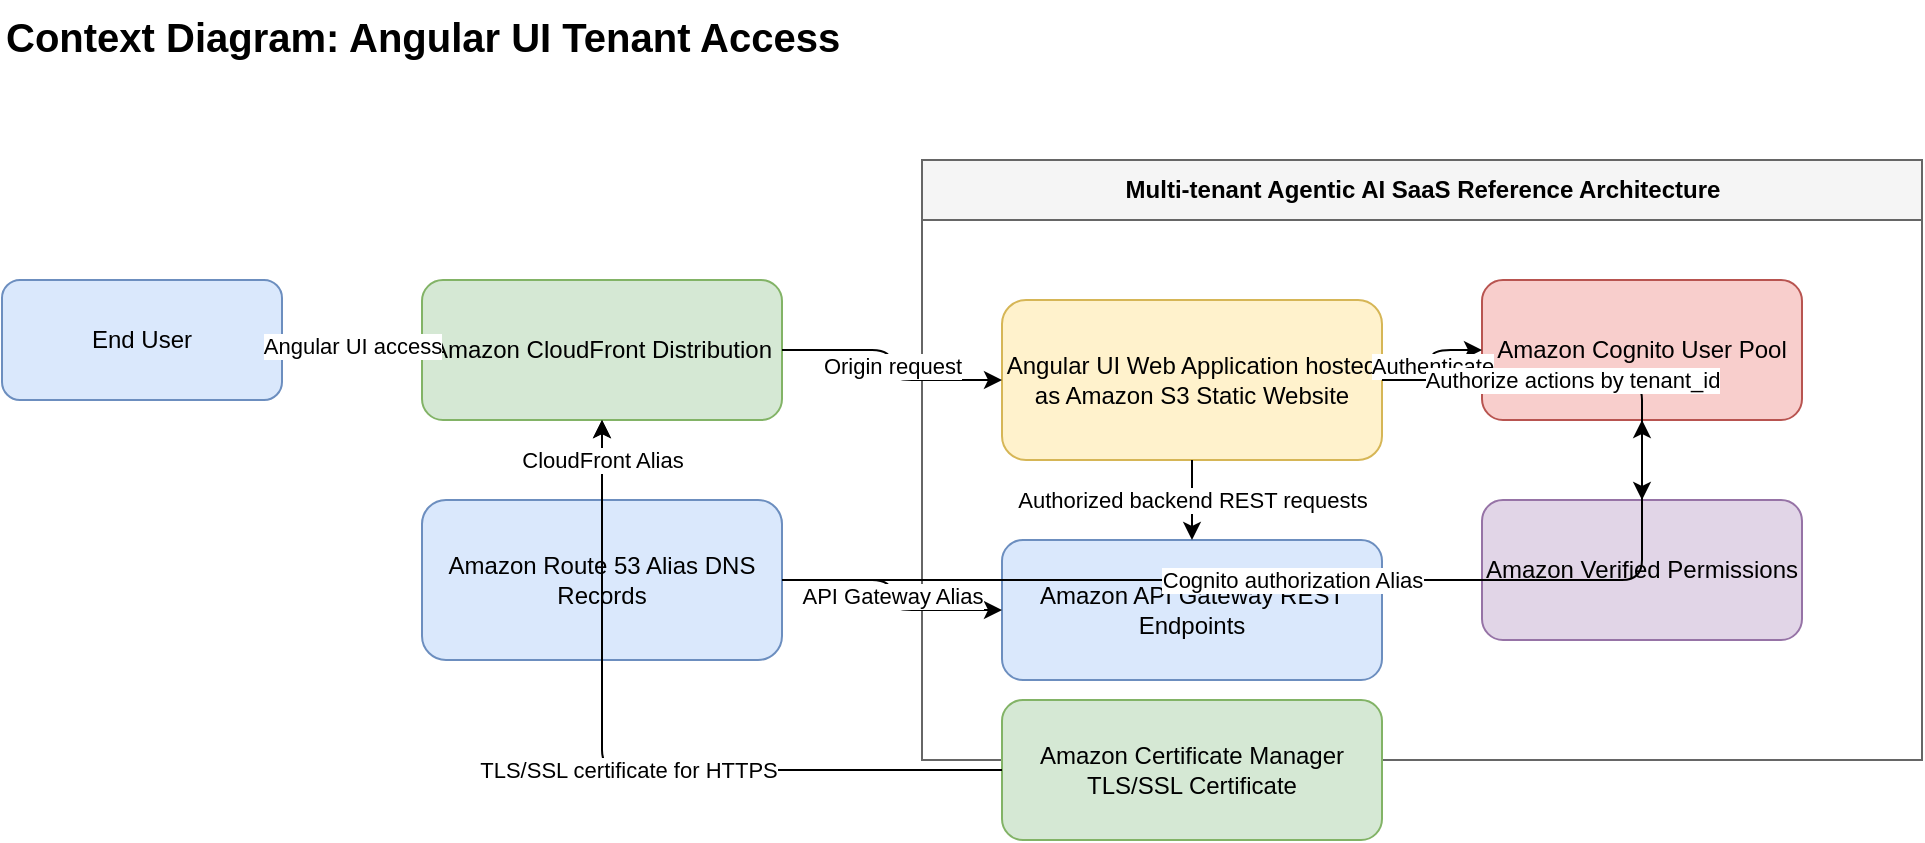
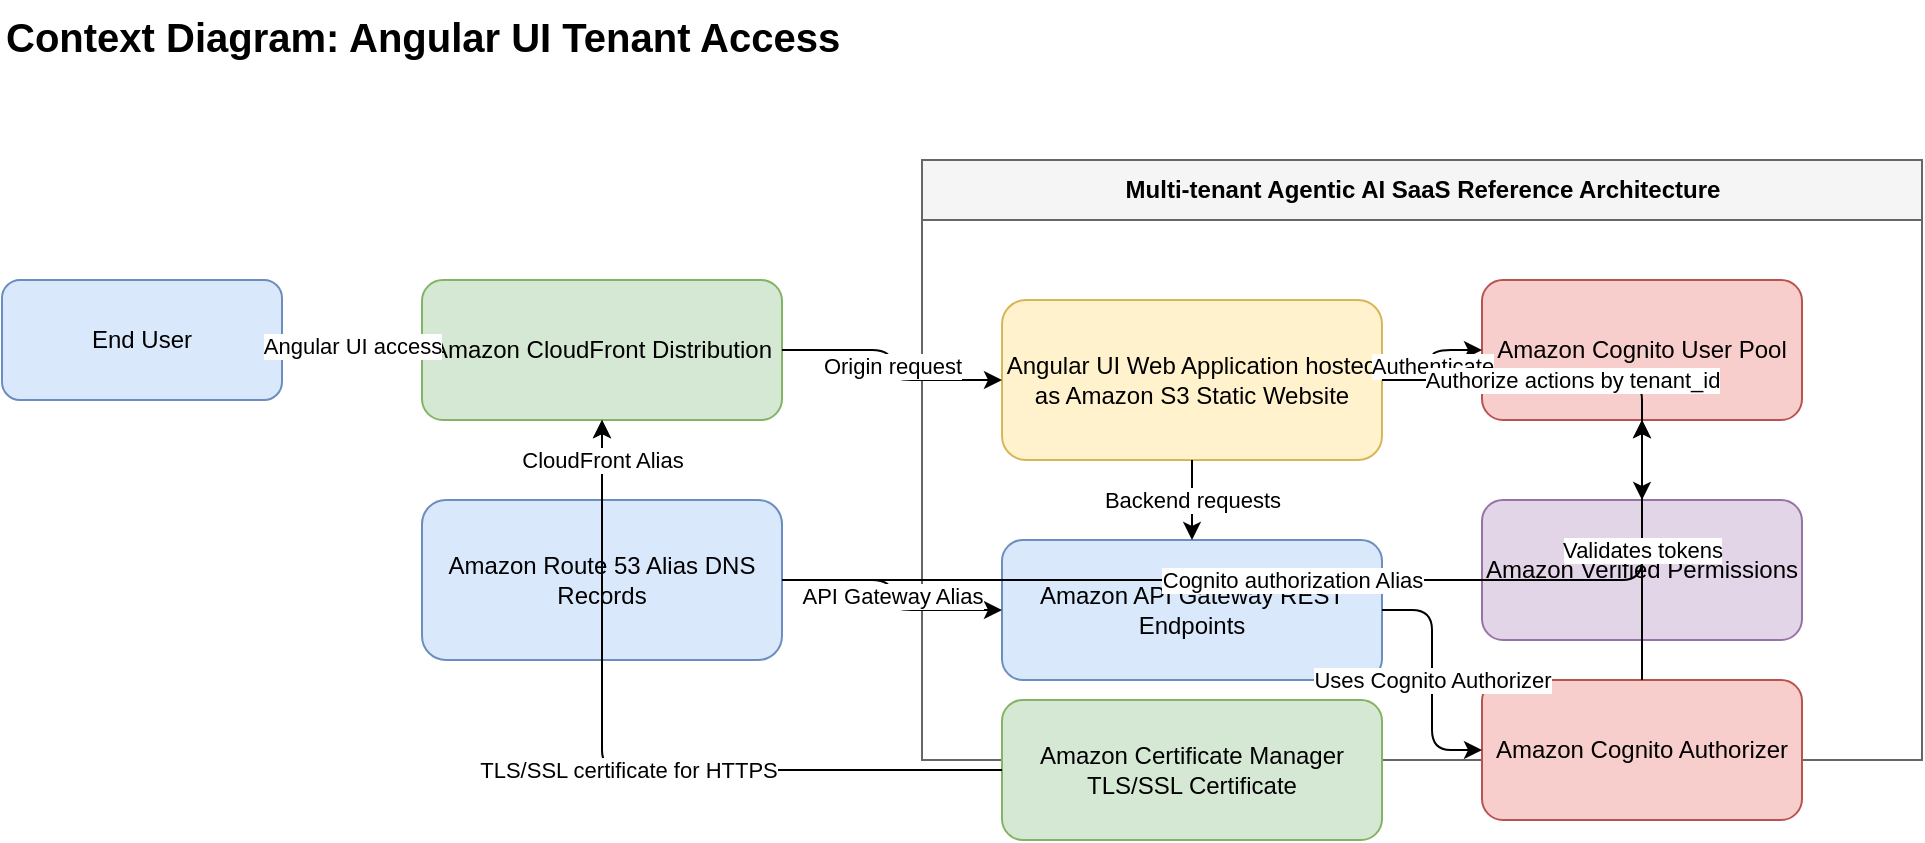
<mxGraphModel dx="1200" dy="800" grid="1" gridSize="10" guides="1" tooltips="1" connect="1" arrows="1" fold="1" page="1" pageScale="1" pageWidth="1100" pageHeight="850" math="0" shadow="0" adaptiveColors="auto">
  <root>
    <mxCell id="0"/>
    <mxCell id="1" parent="0"/>
    <mxCell id="title" value="Context Diagram: Angular UI Tenant Access" style="text;html=1;fontSize=20;fontStyle=1;strokeColor=none;fillColor=none;" vertex="1" parent="1">
      <mxGeometry x="40" y="20" width="500" height="40" as="geometry"/>
    </mxCell>
    <mxCell id="user" value="End User" style="rounded=1;whiteSpace=wrap;html=1;fillColor=#dae8fc;strokeColor=#6c8ebf;" vertex="1" parent="1">
      <mxGeometry x="40" y="160" width="140" height="60" as="geometry"/>
    </mxCell>
    <mxCell id="cloudfront" value="Amazon CloudFront Distribution" style="rounded=1;whiteSpace=wrap;html=1;fillColor=#d5e8d4;strokeColor=#82b366;" vertex="1" parent="1">
      <mxGeometry x="250" y="160" width="180" height="70" as="geometry"/>
    </mxCell>
    <mxCell id="route53" value="Amazon Route 53 Alias DNS Records" style="rounded=1;whiteSpace=wrap;html=1;fillColor=#dae8fc;strokeColor=#6c8ebf;" vertex="1" parent="1">
      <mxGeometry x="250" y="270" width="180" height="80" as="geometry"/>
    </mxCell>
    <mxCell id="system" value="Multi-tenant Agentic AI SaaS Reference Architecture" style="swimlane;startSize=30;fillColor=#f5f5f5;strokeColor=#666666;html=1;" vertex="1" parent="1">
      <mxGeometry x="500" y="100" width="500" height="300" as="geometry"/>
    </mxCell>
    <mxCell id="ui" value="Angular UI Web Application hosted as Amazon S3 Static Website" style="rounded=1;whiteSpace=wrap;html=1;fillColor=#fff2cc;strokeColor=#d6b656;" vertex="1" parent="system">
      <mxGeometry x="40" y="70" width="190" height="80" as="geometry"/>
    </mxCell>
    <mxCell id="cognito" value="Amazon Cognito User Pool" style="rounded=1;whiteSpace=wrap;html=1;fillColor=#f8cecc;strokeColor=#b85450;" vertex="1" parent="system">
      <mxGeometry x="280" y="60" width="160" height="70" as="geometry"/>
    </mxCell>
    <mxCell id="avp" value="Amazon Verified Permissions" style="rounded=1;whiteSpace=wrap;html=1;fillColor=#e1d5e7;strokeColor=#9673a6;" vertex="1" parent="system">
      <mxGeometry x="280" y="170" width="160" height="70" as="geometry"/>
    </mxCell>
    <mxCell id="apigw" value="Amazon API Gateway REST Endpoints" style="rounded=1;whiteSpace=wrap;html=1;fillColor=#dae8fc;strokeColor=#6c8ebf;" vertex="1" parent="system">
      <mxGeometry x="40" y="190" width="190" height="70" as="geometry"/>
    </mxCell>
+     <mxCell id="cognito_authorizer" value="Amazon Cognito Authorizer" style="rounded=1;whiteSpace=wrap;html=1;fillColor=#f8cecc;strokeColor=#b85450;" vertex="1" parent="system">
+       <mxGeometry x="280" y="260" width="160" height="70" as="geometry"/>
+     </mxCell>
    <mxCell id="acm" value="Amazon Certificate Manager TLS/SSL Certificate" style="rounded=1;whiteSpace=wrap;html=1;fillColor=#d5e8d4;strokeColor=#82b366;" vertex="1" parent="system">
      <mxGeometry x="40" y="270" width="190" height="70" as="geometry"/>
    </mxCell>
    <mxCell id="e1" value="Angular UI access" style="edgeStyle=orthogonalEdgeStyle;rounded=1;html=1;endArrow=classic;" edge="1" parent="1" source="user" target="cloudfront">
      <mxGeometry relative="1" as="geometry"/>
    </mxCell>
    <mxCell id="e2" value="Origin request" style="edgeStyle=orthogonalEdgeStyle;rounded=1;html=1;endArrow=classic;" edge="1" parent="1" source="cloudfront" target="ui">
      <mxGeometry relative="1" as="geometry"/>
    </mxCell>
    <mxCell id="e3" value="Authenticate" style="edgeStyle=orthogonalEdgeStyle;rounded=1;html=1;endArrow=classic;" edge="1" parent="1" source="ui" target="cognito">
      <mxGeometry relative="1" as="geometry"/>
    </mxCell>
    <mxCell id="e4" value="Authorize actions by tenant_id" style="edgeStyle=orthogonalEdgeStyle;rounded=1;html=1;endArrow=classic;" edge="1" parent="1" source="ui" target="avp">
      <mxGeometry relative="1" as="geometry"/>
    </mxCell>
-     <mxCell id="e5" value="Authorized backend REST requests" style="edgeStyle=orthogonalEdgeStyle;rounded=1;html=1;endArrow=classic;" edge="1" parent="1" source="ui" target="apigw">
+     <mxCell id="e5" value="Backend requests" style="edgeStyle=orthogonalEdgeStyle;rounded=1;html=1;endArrow=classic;" edge="1" parent="1" source="ui" target="apigw">
      <mxGeometry relative="1" as="geometry"/>
    </mxCell>
    <mxCell id="e6" value="TLS/SSL certificate for HTTPS" style="edgeStyle=orthogonalEdgeStyle;rounded=1;html=1;endArrow=classic;" edge="1" parent="1" source="acm" target="cloudfront">
      <mxGeometry relative="1" as="geometry"/>
    </mxCell>
    <mxCell id="e7" value="CloudFront Alias" style="edgeStyle=orthogonalEdgeStyle;rounded=1;html=1;endArrow=classic;" edge="1" parent="1" source="route53" target="cloudfront">
      <mxGeometry relative="1" as="geometry"/>
    </mxCell>
    <mxCell id="e8" value="Cognito authorization Alias" style="edgeStyle=orthogonalEdgeStyle;rounded=1;html=1;endArrow=classic;" edge="1" parent="1" source="route53" target="cognito">
      <mxGeometry relative="1" as="geometry"/>
    </mxCell>
    <mxCell id="e9" value="API Gateway Alias" style="edgeStyle=orthogonalEdgeStyle;rounded=1;html=1;endArrow=classic;" edge="1" parent="1" source="route53" target="apigw">
      <mxGeometry relative="1" as="geometry"/>
    </mxCell>
+     <mxCell id="e10" value="Uses Cognito Authorizer" style="edgeStyle=orthogonalEdgeStyle;rounded=1;html=1;endArrow=classic;" edge="1" parent="1" source="apigw" target="cognito_authorizer">
+       <mxGeometry relative="1" as="geometry"/>
+     </mxCell>
+     <mxCell id="e11" value="Validates tokens" style="edgeStyle=orthogonalEdgeStyle;rounded=1;html=1;endArrow=classic;" edge="1" parent="1" source="cognito_authorizer" target="cognito">
+       <mxGeometry relative="1" as="geometry"/>
+     </mxCell>
  </root>
</mxGraphModel>
